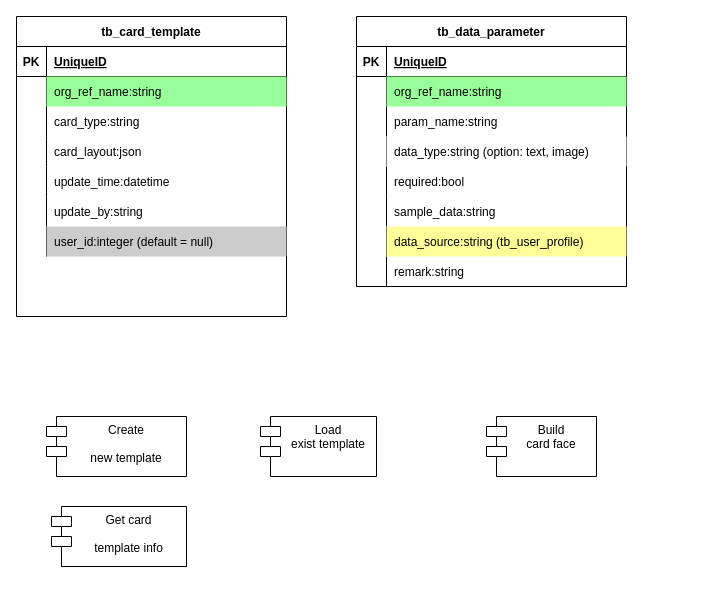
Above: page "Custom card design" (2 of 4) of SmartPhotoID.drawio in delphihero/MyDocument (draw.io), before the change. Source tidied: cells renumbered, new cells numbered last; positions are measured from the earlier drawing's top-left corner, leaving out a move shared by most shapes. Both pictures are drawn from the tidied source at 100%, with x=0, y=0 at pixel (16, 16).
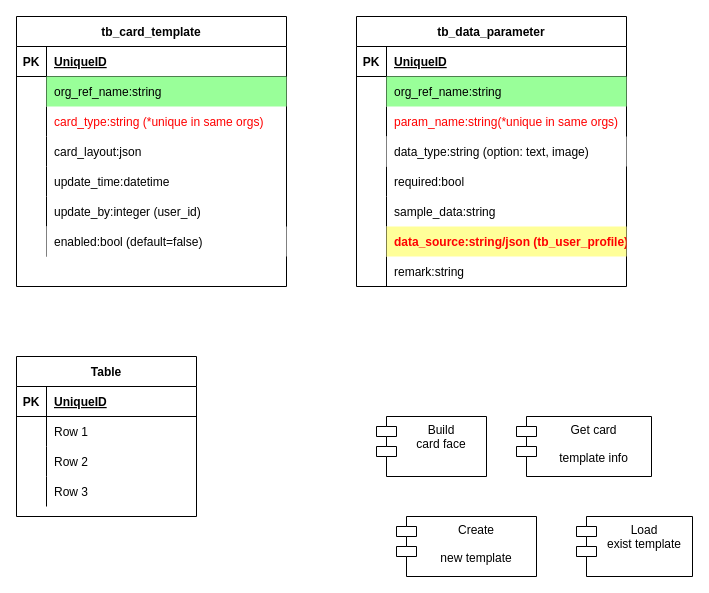
Above is the later version.

The change refers to these unchanged cells:
```xml
<mxCell id="9" style="shape=partialRectangle;fillColor=none;top=0;left=0;bottom=0;right=0;" parent="2" vertex="1">
  <mxGeometry y="90" width="270" height="30" as="geometry" />
</mxCell>
<mxCell id="18" style="shape=partialRectangle;fillColor=none;top=0;left=0;bottom=0;right=0;" parent="2" vertex="1">
  <mxGeometry y="180" width="270" height="30" as="geometry" />
</mxCell>
<mxCell id="21" style="shape=partialRectangle;fillColor=none;top=0;left=0;bottom=0;right=0;" parent="2" vertex="1">
  <mxGeometry y="210" width="270" height="30" as="geometry" />
</mxCell>
<mxCell id="31" style="shape=partialRectangle;fillColor=none;top=0;left=0;bottom=0;right=0;" parent="24" vertex="1">
  <mxGeometry y="90" width="270" height="30" as="geometry" />
</mxCell>
<mxCell id="43" style="shape=partialRectangle;fillColor=none;top=0;left=0;bottom=0;right=0;" parent="24" vertex="1">
  <mxGeometry y="210" width="270" height="30" as="geometry" />
</mxCell>
```

The edit, as a diff of the source:
```diff
@@
     <mxCell id="2" value="tb_card_template" style="shape=table;startSize=30;childLayout=tableLayout;rowLines=0;fontStyle=1;align=center;rounded=0;shadow=0;glass=0;sketch=0;" parent="1" vertex="1">
-      <mxGeometry width="270" height="300" as="geometry" />
+      <mxGeometry width="270" height="270" as="geometry" />
     </mxCell>
@@
-    <mxCell id="11" value="card_type:string" style="shape=partialRectangle;fillColor=none;top=0;left=0;bottom=0;right=0;align=left;spacingLeft=6;overflow=hidden;" parent="9" vertex="1">
+    <mxCell id="11" value="card_type:string (*unique in same orgs)" style="shape=partialRectangle;fillColor=none;top=0;left=0;bottom=0;right=0;align=left;spacingLeft=6;overflow=hidden;strokeColor=#FF0000;fontColor=#FF0000;" parent="9" vertex="1">
       <mxGeometry x="30" width="240" height="30" as="geometry" />
     </mxCell>
@@
-    <mxCell id="20" value="update_by:string" style="shape=partialRectangle;fillColor=none;top=0;left=0;bottom=0;right=0;align=left;spacingLeft=6;overflow=hidden;" parent="18" vertex="1">
+    <mxCell id="20" value="update_by:integer (user_id)" style="shape=partialRectangle;fillColor=none;top=0;left=0;bottom=0;right=0;align=left;spacingLeft=6;overflow=hidden;" parent="18" vertex="1">
       <mxGeometry x="30" width="240" height="30" as="geometry" />
     </mxCell>
@@
-    <mxCell id="22" style="shape=partialRectangle;fillColor=none;top=0;left=0;bottom=0;right=0;overflow=hidden;" parent="21" vertex="1">
-      <mxGeometry width="30" height="30" as="geometry" />
-    </mxCell>
-    <mxCell id="23" value="user_id:integer (default = null)" style="shape=partialRectangle;fillColor=#CCCCCC;top=0;left=0;bottom=0;right=0;align=left;spacingLeft=6;overflow=hidden;" parent="21" vertex="1">
-      <mxGeometry x="30" width="240" height="30" as="geometry" />
-    </mxCell>
+    <mxCell id="53" style="shape=partialRectangle;fillColor=none;top=0;left=0;bottom=0;right=0;overflow=hidden;" parent="21" vertex="1">
+      <mxGeometry width="30" height="30" as="geometry" />
+    </mxCell>
+    <mxCell id="54" value="enabled:bool (default=false)" style="shape=partialRectangle;fillColor=#FFFFFF;top=0;left=0;bottom=0;right=0;align=left;spacingLeft=6;overflow=hidden;" parent="21" vertex="1">
+      <mxGeometry x="30" width="240" height="30" as="geometry" />
+    </mxCell>
-    <mxCell id="24" value="tb_data_parameter" style="shape=table;startSize=30;childLayout=tableLayout;rowLines=0;fontStyle=1;align=center;rounded=0;shadow=0;glass=0;sketch=0;" parent="1" vertex="1">
+    <mxCell id="24" value="tb_data_parameter" style="shape=table;startSize=30;childLayout=tableLayout;rowLines=0;fontStyle=1;align=center;rounded=0;shadow=0;glass=0;sketch=0;fontColor=#000000;" parent="1" vertex="1">
       <mxGeometry x="340" width="270" height="270" as="geometry" />
     </mxCell>
@@
-    <mxCell id="33" value="param_name:string" style="shape=partialRectangle;fillColor=none;top=0;left=0;bottom=0;right=0;align=left;spacingLeft=6;overflow=hidden;" parent="31" vertex="1">
+    <mxCell id="33" value="param_name:string(*unique in same orgs)" style="shape=partialRectangle;fillColor=none;top=0;left=0;bottom=0;right=0;align=left;spacingLeft=6;overflow=hidden;fontColor=#FF0000;" parent="31" vertex="1">
       <mxGeometry x="30" width="240" height="30" as="geometry" />
     </mxCell>
@@
-    <mxCell id="45" value="data_source:string (tb_user_profile)" style="shape=partialRectangle;fillColor=#FFFF99;top=0;left=0;bottom=0;right=0;align=left;spacingLeft=6;overflow=hidden;" parent="43" vertex="1">
+    <mxCell id="45" value="data_source:string/json (tb_user_profile)" style="shape=partialRectangle;fillColor=#FFFF99;top=0;left=0;bottom=0;right=0;align=left;spacingLeft=6;overflow=hidden;fontColor=#FF0000;fontStyle=1;" parent="43" vertex="1">
       <mxGeometry x="30" width="240" height="30" as="geometry" />
     </mxCell>
@@
     <mxCell id="49" value="Create &#10;&#10;new template" style="shape=module;align=left;spacingLeft=20;align=center;verticalAlign=top;rounded=0;shadow=0;glass=0;sketch=0;fillColor=#FFFFFF;" parent="1" vertex="1">
-      <mxGeometry x="30" y="400" width="140" height="60" as="geometry" />
+      <mxGeometry x="380" y="500" width="140" height="60" as="geometry" />
     </mxCell>
     <mxCell id="50" value="Load&#10;exist template&#10;" style="shape=module;align=left;spacingLeft=20;align=center;verticalAlign=top;rounded=0;shadow=0;glass=0;sketch=0;fillColor=#FFFFFF;" parent="1" vertex="1">
-      <mxGeometry x="244" y="400" width="116" height="60" as="geometry" />
+      <mxGeometry x="560" y="500" width="116" height="60" as="geometry" />
     </mxCell>
     <mxCell id="51" value="Build&#10;card face&#10;" style="shape=module;align=left;spacingLeft=20;align=center;verticalAlign=top;rounded=0;shadow=0;glass=0;sketch=0;fillColor=#FFFFFF;" parent="1" vertex="1">
-      <mxGeometry x="470" y="400" width="110" height="60" as="geometry" />
+      <mxGeometry x="360" y="400" width="110" height="60" as="geometry" />
     </mxCell>
     <mxCell id="52" value="Get card &#10;&#10;template info" style="shape=module;align=left;spacingLeft=20;align=center;verticalAlign=top;" parent="1" vertex="1">
-      <mxGeometry x="35" y="490" width="135" height="60" as="geometry" />
+      <mxGeometry x="500" y="400" width="135" height="60" as="geometry" />
     </mxCell>
+    <mxCell id="55" value="Table" style="shape=table;startSize=30;childLayout=tableLayout;rowLines=0;fontStyle=1;align=center;fontColor=#000000;strokeColor=#000000;fillColor=#FFFFFF;" parent="1" vertex="1">
+      <mxGeometry y="340" width="180" height="160" as="geometry" />
+    </mxCell>
+    <mxCell id="56" style="shape=partialRectangle;fillColor=none;top=0;left=0;bottom=1;right=0;" parent="55" vertex="1">
+      <mxGeometry y="30" width="180" height="30" as="geometry" />
+    </mxCell>
+    <mxCell id="57" value="PK" style="shape=partialRectangle;fillColor=none;top=0;left=0;bottom=0;right=0;fontStyle=1;overflow=hidden;" parent="56" vertex="1">
+      <mxGeometry width="30" height="30" as="geometry" />
+    </mxCell>
+    <mxCell id="58" value="UniqueID" style="shape=partialRectangle;fillColor=none;top=0;left=0;bottom=0;right=0;align=left;spacingLeft=6;fontStyle=5;overflow=hidden;" parent="56" vertex="1">
+      <mxGeometry x="30" width="150" height="30" as="geometry" />
+    </mxCell>
+    <mxCell id="59" style="shape=partialRectangle;fillColor=none;top=0;left=0;bottom=0;right=0;" parent="55" vertex="1">
+      <mxGeometry y="60" width="180" height="30" as="geometry" />
+    </mxCell>
+    <mxCell id="60" style="shape=partialRectangle;fillColor=none;top=0;left=0;bottom=0;right=0;overflow=hidden;" parent="59" vertex="1">
+      <mxGeometry width="30" height="30" as="geometry" />
+    </mxCell>
+    <mxCell id="61" value="Row 1" style="shape=partialRectangle;fillColor=none;top=0;left=0;bottom=0;right=0;align=left;spacingLeft=6;overflow=hidden;" parent="59" vertex="1">
+      <mxGeometry x="30" width="150" height="30" as="geometry" />
+    </mxCell>
+    <mxCell id="62" style="shape=partialRectangle;fillColor=none;top=0;left=0;bottom=0;right=0;" parent="55" vertex="1">
+      <mxGeometry y="90" width="180" height="30" as="geometry" />
+    </mxCell>
+    <mxCell id="63" style="shape=partialRectangle;fillColor=none;top=0;left=0;bottom=0;right=0;overflow=hidden;" parent="62" vertex="1">
+      <mxGeometry width="30" height="30" as="geometry" />
+    </mxCell>
+    <mxCell id="64" value="Row 2" style="shape=partialRectangle;fillColor=none;top=0;left=0;bottom=0;right=0;align=left;spacingLeft=6;overflow=hidden;" parent="62" vertex="1">
+      <mxGeometry x="30" width="150" height="30" as="geometry" />
+    </mxCell>
+    <mxCell id="65" style="shape=partialRectangle;fillColor=none;top=0;left=0;bottom=0;right=0;" parent="55" vertex="1">
+      <mxGeometry y="120" width="180" height="30" as="geometry" />
+    </mxCell>
+    <mxCell id="66" style="shape=partialRectangle;fillColor=none;top=0;left=0;bottom=0;right=0;overflow=hidden;" parent="65" vertex="1">
+      <mxGeometry width="30" height="30" as="geometry" />
+    </mxCell>
+    <mxCell id="67" value="Row 3" style="shape=partialRectangle;fillColor=none;top=0;left=0;bottom=0;right=0;align=left;spacingLeft=6;overflow=hidden;" parent="65" vertex="1">
+      <mxGeometry x="30" width="150" height="30" as="geometry" />
+    </mxCell>
```
